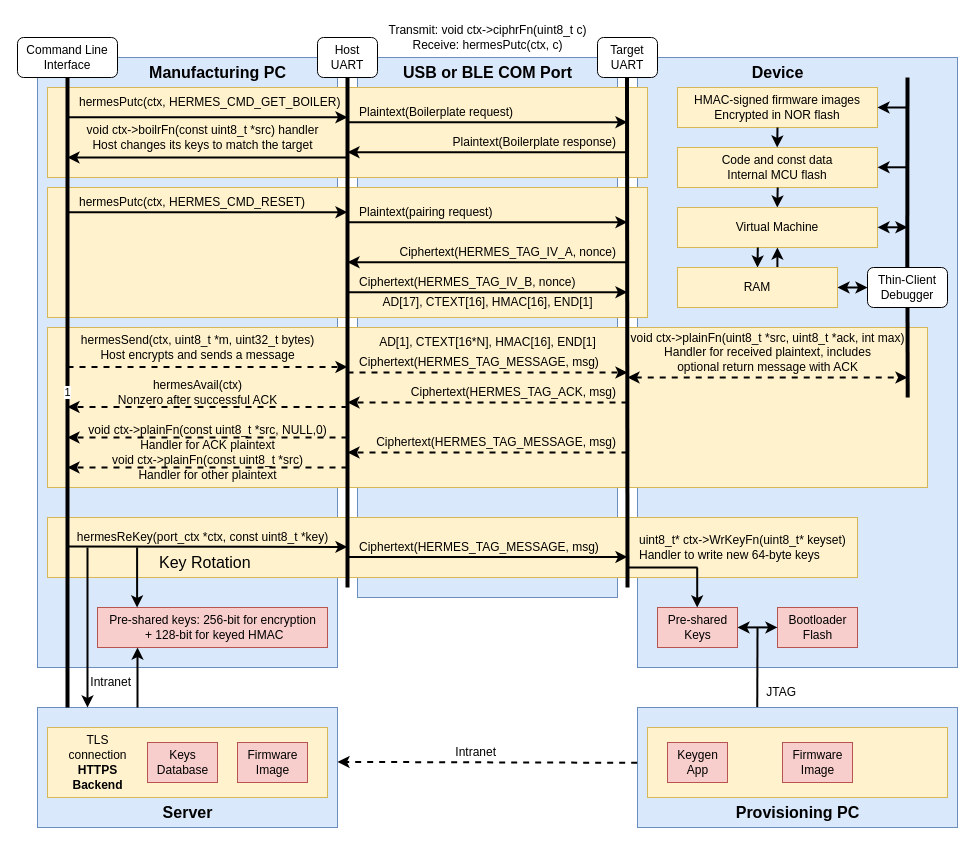
Above: docs/call-flow.drawio in bradleyeckert/hermes (draw.io), before the change. Source tidied: cells renumbered, new cells numbered last; positions are measured from the earlier drawing's top-left corner, leaving out a move shared by most shapes. Both pictures are drawn from the tidied source at 100%, with x=0, y=0 at pixel (17, 17).
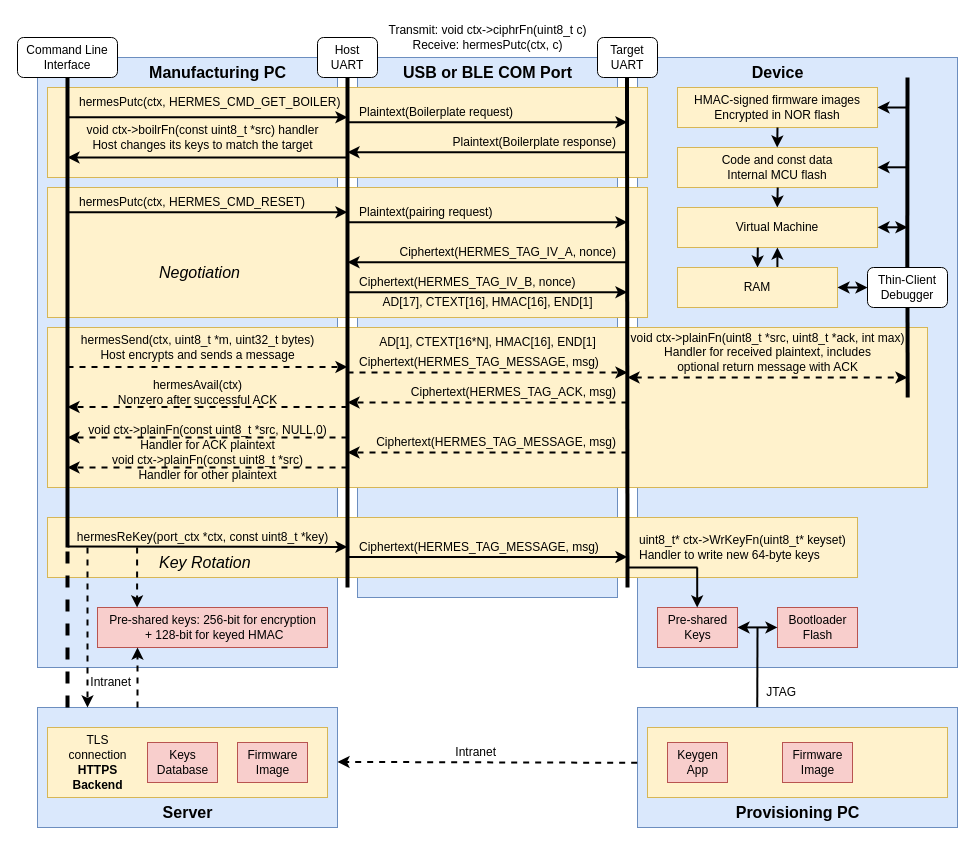
The same page after the edit.

The change refers to these unchanged cells:
```xml
<mxCell id="45" value="&lt;div&gt;&lt;font color=&quot;#000000&quot;&gt;Command Line Interface&lt;/font&gt;&lt;/div&gt;" style="rounded=1;whiteSpace=wrap;html=1;" parent="1" vertex="1">
  <mxGeometry y="20" width="100" height="40" as="geometry" />
</mxCell>
```

What changed in the source:
```diff
@@
-    <mxCell id="37" value="&lt;font style=&quot;font-size: 16px;&quot;&gt;Key Rotation&lt;/font&gt;" style="text;html=1;align=left;verticalAlign=middle;strokeColor=none;fillColor=none;" parent="1" vertex="1">
+    <mxCell id="37" value="&lt;font style=&quot;font-size: 16px;&quot;&gt;&lt;i&gt;Key Rotation&lt;/i&gt;&lt;/font&gt;" style="text;html=1;align=left;verticalAlign=middle;strokeColor=none;fillColor=none;" parent="1" vertex="1">
       <mxGeometry x="140" y="530" width="120" height="30" as="geometry" />
     </mxCell>
@@
-    <mxCell id="62" value="1" style="endArrow=none;html=1;entryX=0.5;entryY=1;entryDx=0;entryDy=0;strokeWidth=4;" parent="1" edge="1" target="45">
-      <mxGeometry relative="1" as="geometry">
-        <mxPoint x="50" y="690" as="sourcePoint" />
-      </mxGeometry>
-    </mxCell>
@@
-    <mxCell id="70" style="endArrow=classic;html=1;strokeWidth=2;endFill=1;" parent="1" edge="1">
+    <mxCell id="70" style="endArrow=classic;html=1;strokeWidth=2;endFill=1;dashed=1;" parent="1" edge="1">
       <mxGeometry relative="1" as="geometry">
         <mxPoint x="120" y="690" as="sourcePoint" />
         <mxPoint x="120" y="630" as="targetPoint" />
       </mxGeometry>
     </mxCell>
-    <mxCell id="71" style="endArrow=classic;html=1;strokeWidth=2;endFill=1;" parent="1" edge="1">
+    <mxCell id="71" style="endArrow=classic;html=1;strokeWidth=2;endFill=1;dashed=1;" parent="1" edge="1">
       <mxGeometry relative="1" as="geometry">
         <mxPoint x="70" y="530" as="sourcePoint" />
         <mxPoint x="70" y="690" as="targetPoint" />
       </mxGeometry>
     </mxCell>
-    <mxCell id="72" style="endArrow=classic;html=1;strokeWidth=2;endFill=1;" parent="1" edge="1">
+    <mxCell id="72" style="endArrow=classic;html=1;strokeWidth=2;endFill=1;dashed=1;" parent="1" edge="1">
       <mxGeometry relative="1" as="geometry">
         <mxPoint x="119.6" y="530" as="sourcePoint" />
         <mxPoint x="119.6" y="590" as="targetPoint" />
       </mxGeometry>
     </mxCell>
@@
+    <mxCell id="101" style="endArrow=none;html=1;strokeWidth=4;" parent="1" edge="1">
+      <mxGeometry relative="1" as="geometry">
+        <mxPoint x="50" y="530" as="sourcePoint" />
+        <mxPoint x="50" y="60" as="targetPoint" />
+      </mxGeometry>
+    </mxCell>
+    <mxCell id="102" style="endArrow=none;html=1;strokeWidth=4;dashed=1;" parent="1" edge="1">
+      <mxGeometry relative="1" as="geometry">
+        <mxPoint x="50" y="690" as="sourcePoint" />
+        <mxPoint x="50" y="530" as="targetPoint" />
+      </mxGeometry>
+    </mxCell>
+    <mxCell id="103" value="&lt;font style=&quot;font-size: 16px;&quot;&gt;&lt;i&gt;Negotiation&lt;/i&gt;&lt;/font&gt;" style="text;html=1;align=left;verticalAlign=middle;strokeColor=none;fillColor=none;" parent="1" vertex="1">
+      <mxGeometry x="140" y="240" width="100" height="30" as="geometry" />
+    </mxCell>
```
